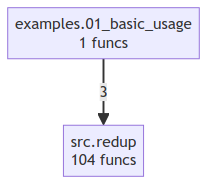
Above: project/compact_flow.png in semcod/redup (Mermaid), before the change. Its source is kept beside it as project/compact_flow.mmd.
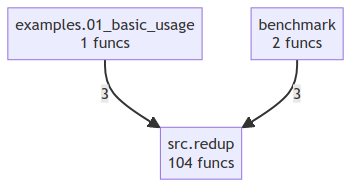
Above is the later version.

Change to the diagram source:
```diff
@@ -1,4 +1,6 @@
 flowchart TD
+    benchmark["benchmark<br/>2 funcs"]
     examples_01_basic_usage["examples.01_basic_usage<br/>1 funcs"]
     src_redup["src.redup<br/>104 funcs"]
     examples_01_basic_usage -->|3| src_redup
+    benchmark -->|3| src_redup
```
